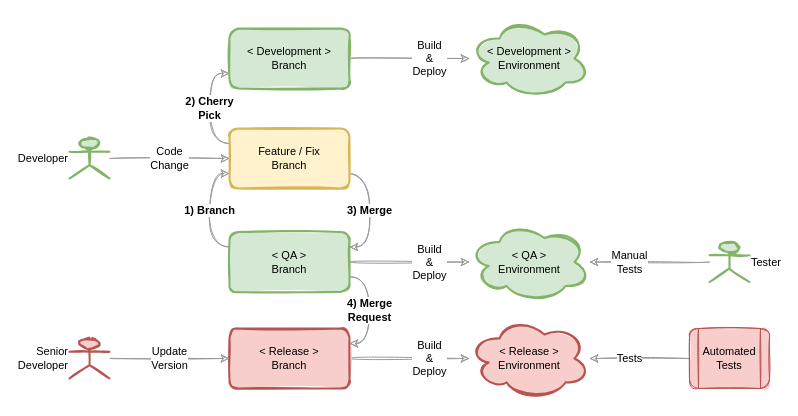
This is page "02-release-flow" (2 of 5) of gitlab-flow.drawio from andylke/docs-gitlab-flow, a draw.io file, before an edit. Source tidied: cells renumbered, new cells numbered last; positions are measured from the earlier drawing's top-left corner, leaving out a move shared by most shapes. Both pictures are drawn from the tidied source at 100%, with x=0, y=0 at pixel (69, 18).
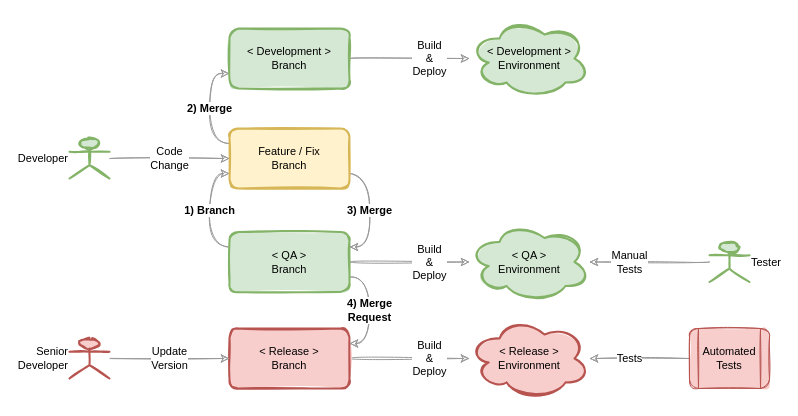
After the change.

The change refers to these unchanged cells:
```xml
<mxCell id="10" value="Feature / Fix&lt;br style=&quot;font-size: 11px;&quot;&gt;Branch" style="rounded=1;whiteSpace=wrap;html=1;sketch=1;fontSize=11;strokeColor=#d6b656;strokeWidth=2;fillColor=#fff2cc;fillStyle=solid;" parent="1" vertex="1">
  <mxGeometry x="160" y="110" width="120" height="60" as="geometry" />
</mxCell>
<mxCell id="12" value="&amp;lt; Development &amp;gt;&lt;br style=&quot;font-size: 11px;&quot;&gt;Branch" style="rounded=1;whiteSpace=wrap;html=1;sketch=1;fontSize=11;strokeColor=#82b366;strokeWidth=2;fillColor=#d5e8d4;fillStyle=solid;" parent="1" vertex="1">
  <mxGeometry x="160" y="10" width="120" height="60" as="geometry" />
</mxCell>
```

What changed in the source:
```diff
@@
-    <mxCell id="8" value="2) Cherry &lt;br&gt;Pick" style="edgeStyle=orthogonalEdgeStyle;curved=1;sketch=1;jettySize=auto;html=1;fontSize=11;fontColor=#000000;exitX=0;exitY=0.25;exitDx=0;exitDy=0;entryX=0;entryY=0.75;entryDx=0;entryDy=0;strokeColor=#999999;fontStyle=1;" parent="1" edge="1" source="10" target="12">
+    <mxCell id="8" value="2) Merge" style="edgeStyle=orthogonalEdgeStyle;curved=1;sketch=1;jettySize=auto;html=1;fontSize=11;fontColor=#000000;exitX=0;exitY=0.25;exitDx=0;exitDy=0;entryX=0;entryY=0.75;entryDx=0;entryDy=0;strokeColor=#999999;fontStyle=1;" parent="1" edge="1" source="10" target="12">
       <mxGeometry relative="1" as="geometry" />
     </mxCell>
```
